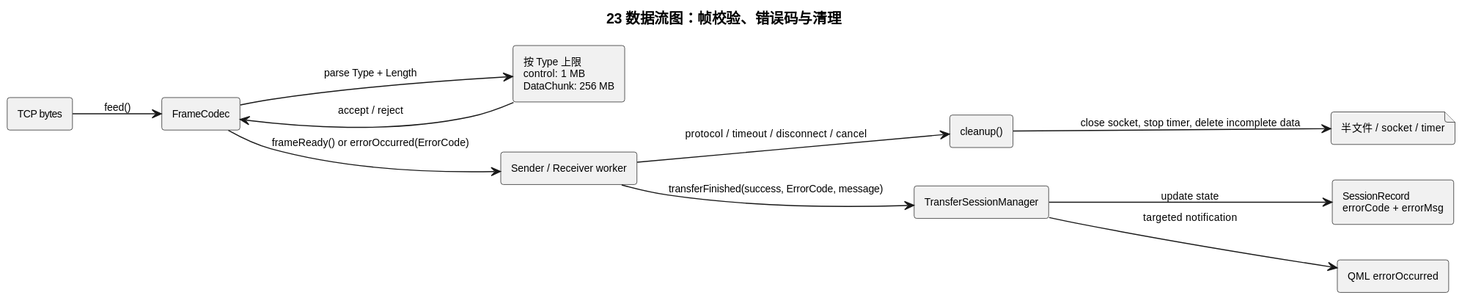
The PlantUML diagram doc/diagrams/rendered/23-数据流图-帧校验错误码与清理.svg in Gsheep0729/GridYard, before a commit.
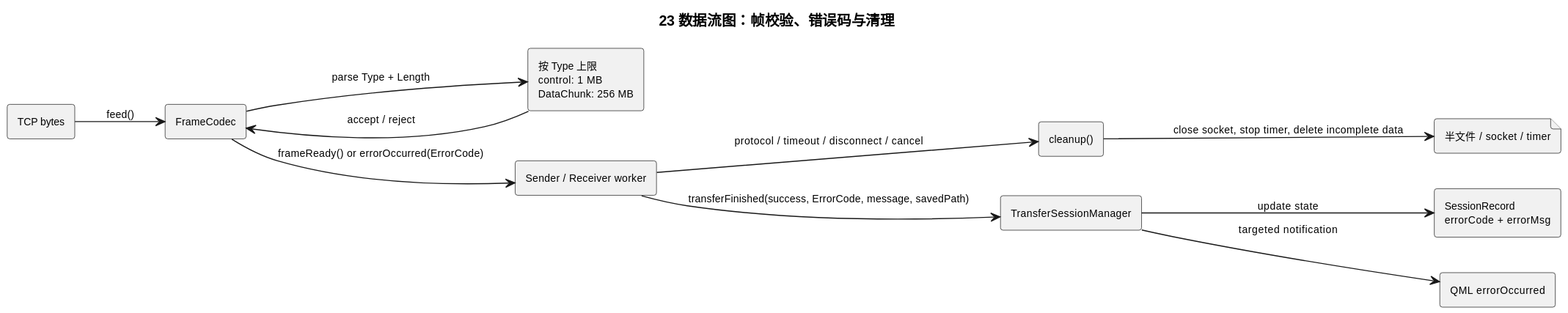
Later version of the same file.

Diff of the diagram source:
```diff
@@ -19,7 +19,7 @@
 Codec --> Worker : frameReady() or errorOccurred(ErrorCode)
 Worker --> Cleanup : protocol / timeout / disconnect / cancel
 Cleanup --> Temporary : close socket, stop timer, delete incomplete data
-Worker --> Tsm : transferFinished(success, ErrorCode, message)
+Worker --> Tsm : transferFinished(success, ErrorCode, message, savedPath)
 Tsm --> Record : update state
 Tsm --> Qml : targeted notification
 @enduml
```
